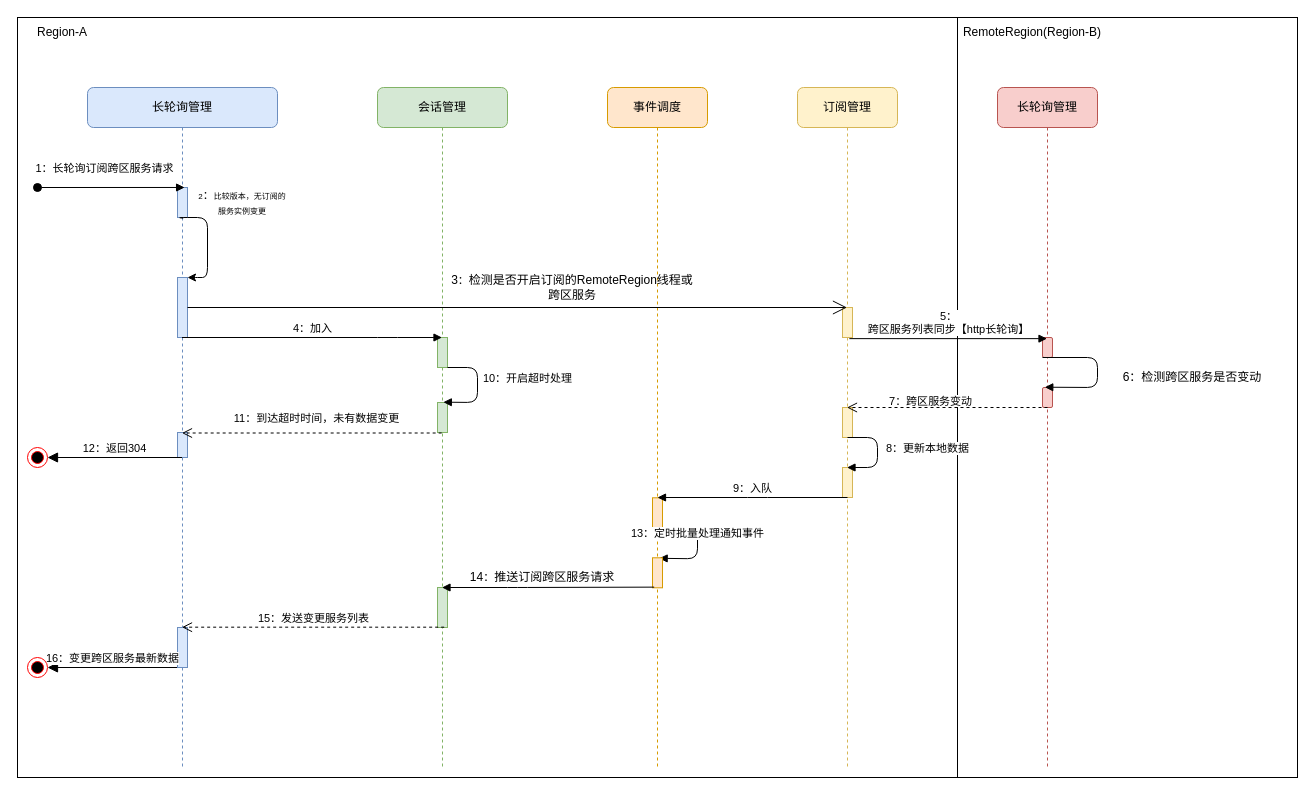
The draw.io diagram 长轮询-期间发生变更.drawio in Gred01/study, before the edit. Source tidied: cells renumbered, new cells numbered last; positions are measured from the earlier drawing's top-left corner, leaving out a move shared by most shapes. Both pictures are drawn from the tidied source at 100%, with x=0, y=0 at pixel (17, 17).
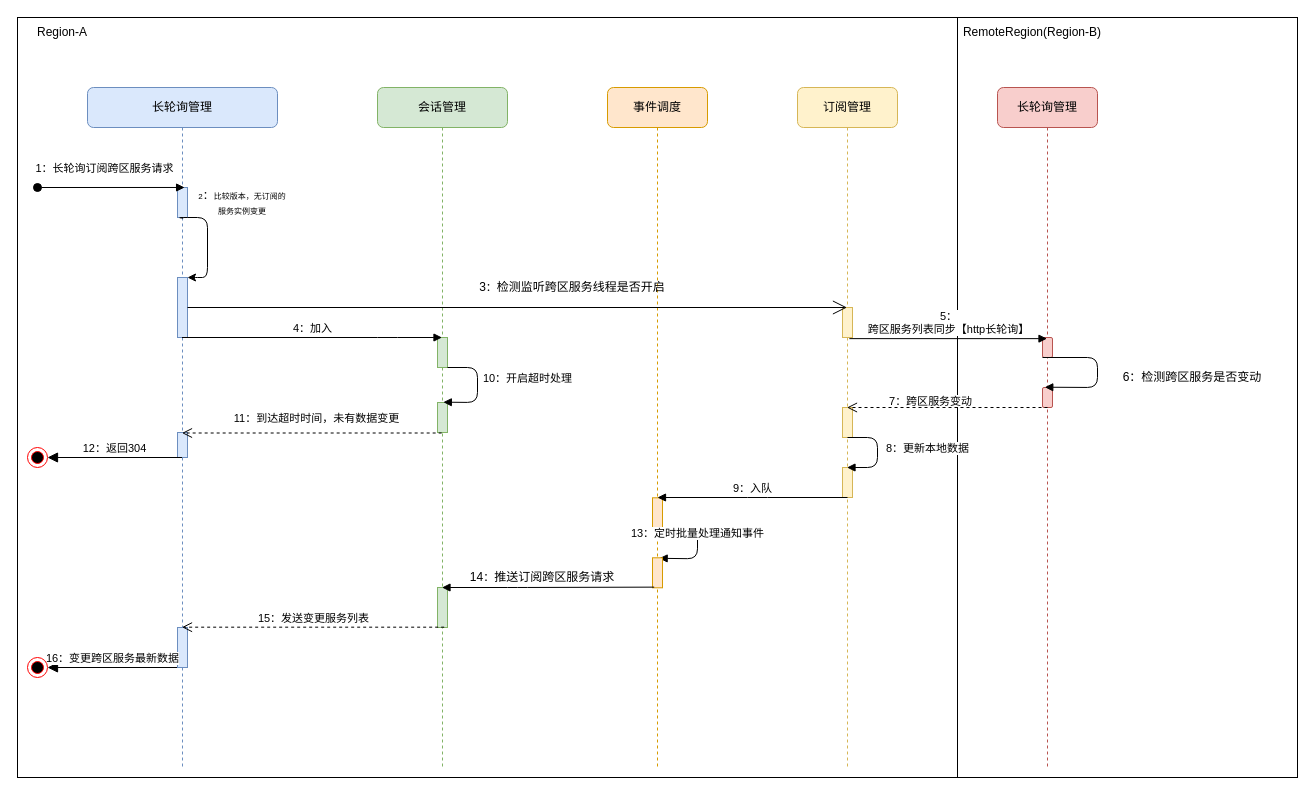
Above is the later version.

Commit message:
Update 长轮询-期间发生变更.drawio

The edit, as a diff of the source:
```diff
@@
-    <mxCell id="30" value="3&lt;span style=&quot;font-size: 11px ; background-color: rgb(255 , 255 , 255)&quot;&gt;：&lt;/span&gt;检测是否开启订阅的RemoteRegion线程或跨区服务" style="text;html=1;strokeColor=none;fillColor=none;align=center;verticalAlign=middle;whiteSpace=wrap;rounded=0;sketch=0;" parent="1" vertex="1">
+    <mxCell id="30" value="3&lt;span style=&quot;font-size: 11px ; background-color: rgb(255 , 255 , 255)&quot;&gt;：&lt;/span&gt;检测监听跨区服务线程是否开启" style="text;html=1;strokeColor=none;fillColor=none;align=center;verticalAlign=middle;whiteSpace=wrap;rounded=0;sketch=0;" parent="1" vertex="1">
       <mxGeometry x="430" y="260" width="250" height="20" as="geometry" />
     </mxCell>
```
